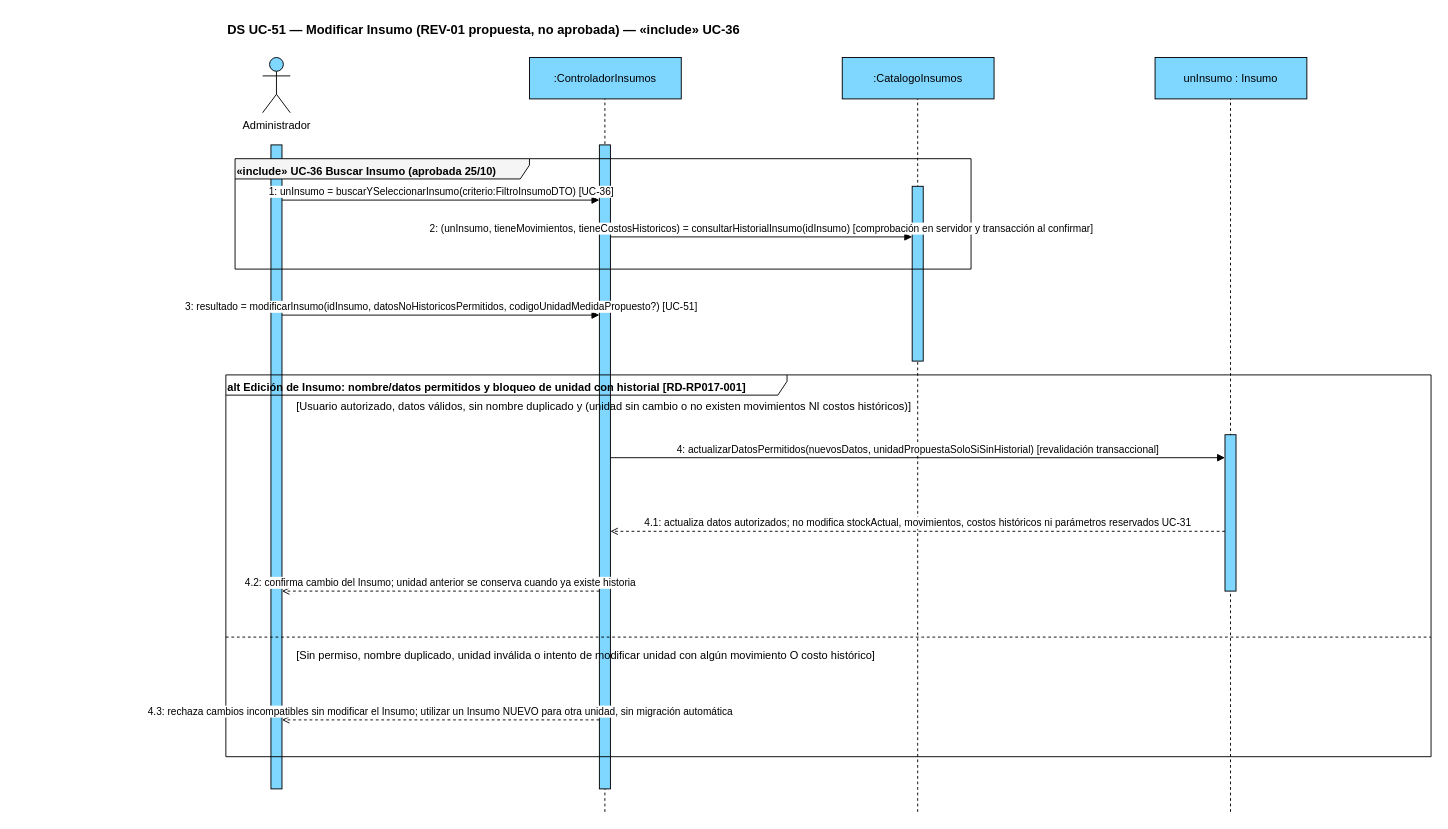
leandrito369/ale-milanesas keeps this draw.io diagram as docs/08-diagramas/revision/REV01_UC51/propuestos/DS_UC51_REV01.drawio.xml. Above is the earlier version. Source tidied: cells renumbered, new cells numbered last; positions are measured from the earlier drawing's top-left corner, leaving out a move shared by most shapes. Both pictures are drawn from the tidied source at 92%, with x=0, y=0 at pixel (225, 16).
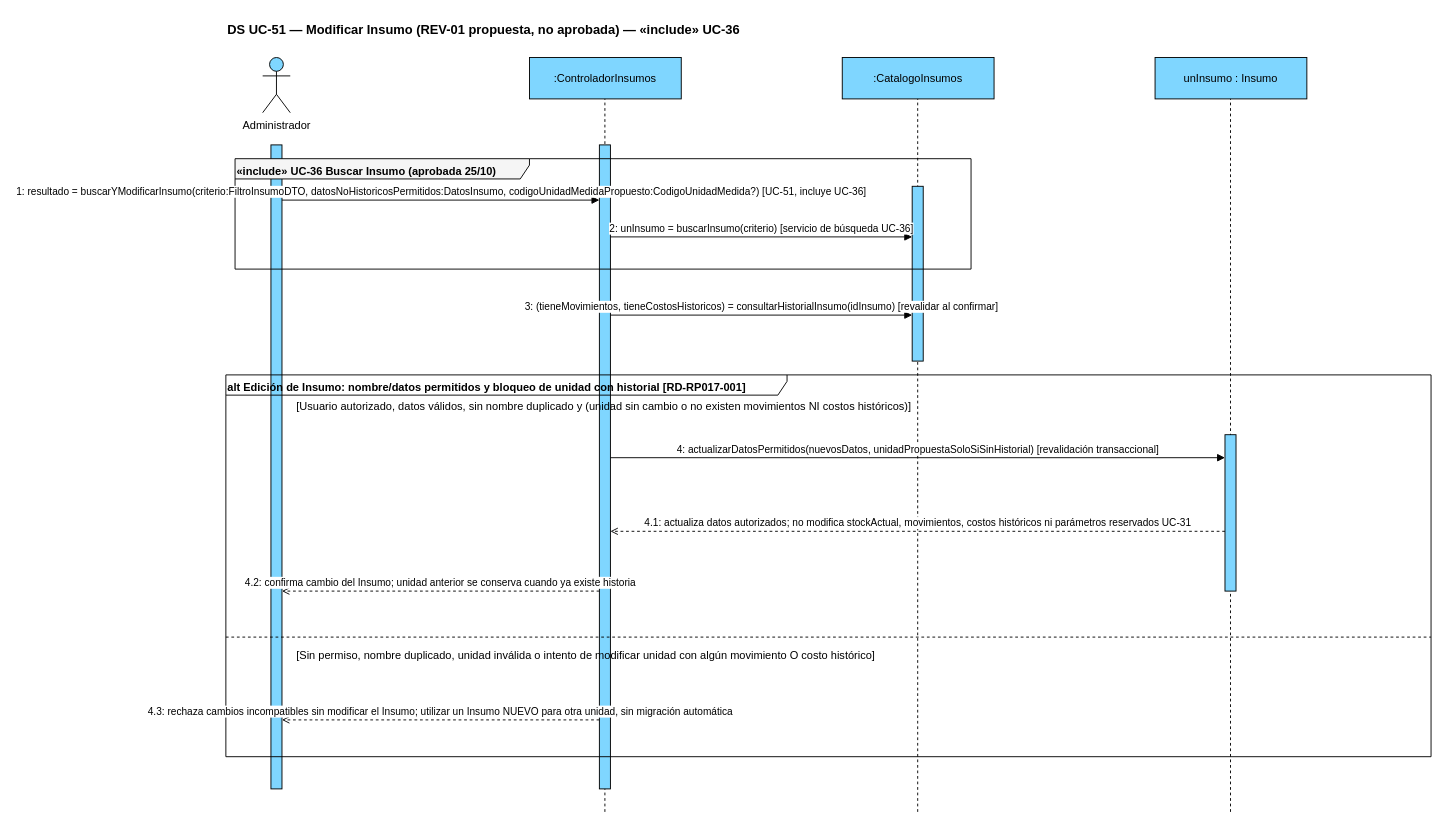
After the change.

Commit message:
docs(REV01): homologar evento publico UC51 con DSS y contrato

What changed in the source:
```diff
@@
-    <mxCell id="15" value="1: unInsumo = buscarYSeleccionarInsumo(criterio:FiltroInsumoDTO) [UC-36]" style="html=1;verticalAlign=bottom;endArrow=block;endFill=1;strokeColor=#000000;" parent="1" edge="1">
+    <mxCell id="15" value="1: resultado = buscarYModificarInsumo(criterio:FiltroInsumoDTO, datosNoHistoricosPermitidos:DatosInsumo, codigoUnidadMedidaPropuesto:CodigoUnidadMedida?) [UC-51, incluye UC-36]" style="html=1;verticalAlign=bottom;endArrow=block;endFill=1;strokeColor=#000000;" parent="1" edge="1">
       <mxGeometry relative="1" as="geometry">
         <mxPoint x="61" y="200" as="sourcePoint" />
         <mxPoint x="406" y="200" as="targetPoint" />
       </mxGeometry>
     </mxCell>
-    <mxCell id="16" value="2: (unInsumo, tieneMovimientos, tieneCostosHistoricos) = consultarHistorialInsumo(idInsumo) [comprobación en servidor y transacción al confirmar]" style="html=1;verticalAlign=bottom;endArrow=block;endFill=1;strokeColor=#000000;" parent="1" edge="1">
+    <mxCell id="16" value="2: unInsumo = buscarInsumo(criterio) [servicio de búsqueda UC-36]" style="html=1;verticalAlign=bottom;endArrow=block;endFill=1;strokeColor=#000000;" parent="1" edge="1">
       <mxGeometry relative="1" as="geometry">
         <mxPoint x="418" y="240" as="sourcePoint" />
         <mxPoint x="746" y="240" as="targetPoint" />
       </mxGeometry>
     </mxCell>
-    <mxCell id="17" value="3: resultado = modificarInsumo(idInsumo, datosNoHistoricosPermitidos, codigoUnidadMedidaPropuesto?) [UC-51]" style="html=1;verticalAlign=bottom;endArrow=block;endFill=1;strokeColor=#000000;" parent="1" edge="1">
+    <mxCell id="17" value="3: (tieneMovimientos, tieneCostosHistoricos) = consultarHistorialInsumo(idInsumo) [revalidar al confirmar]" style="html=1;verticalAlign=bottom;endArrow=block;endFill=1;strokeColor=#000000;" parent="1" edge="1">
       <mxGeometry relative="1" as="geometry">
-        <mxPoint x="61" y="325" as="sourcePoint" />
-        <mxPoint x="406" y="325" as="targetPoint" />
+        <mxPoint x="418" y="325" as="sourcePoint" />
+        <mxPoint x="746" y="325" as="targetPoint" />
       </mxGeometry>
     </mxCell>
```
